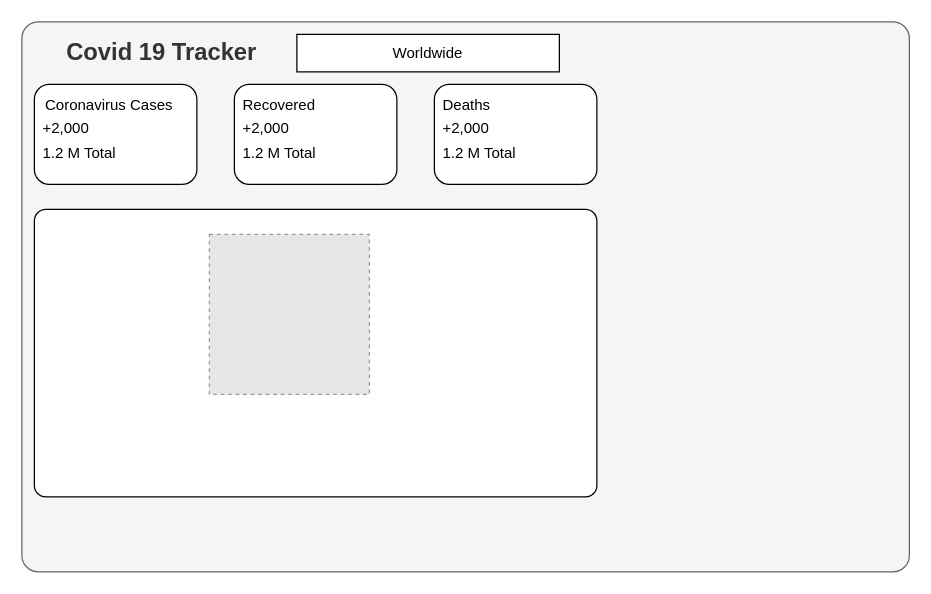
This is Covid Tracker.drawio from maneenkhan/Covid-Tracker, a draw.io file, before an edit. Source tidied: cells renumbered, new cells numbered last; positions are measured from the earlier drawing's top-left corner, leaving out a move shared by most shapes. Both pictures are drawn from the tidied source at 125%, with x=0, y=0 at pixel (21, 21). Pictures stored in the file or linked from it are replaced by grey dashed boxes.
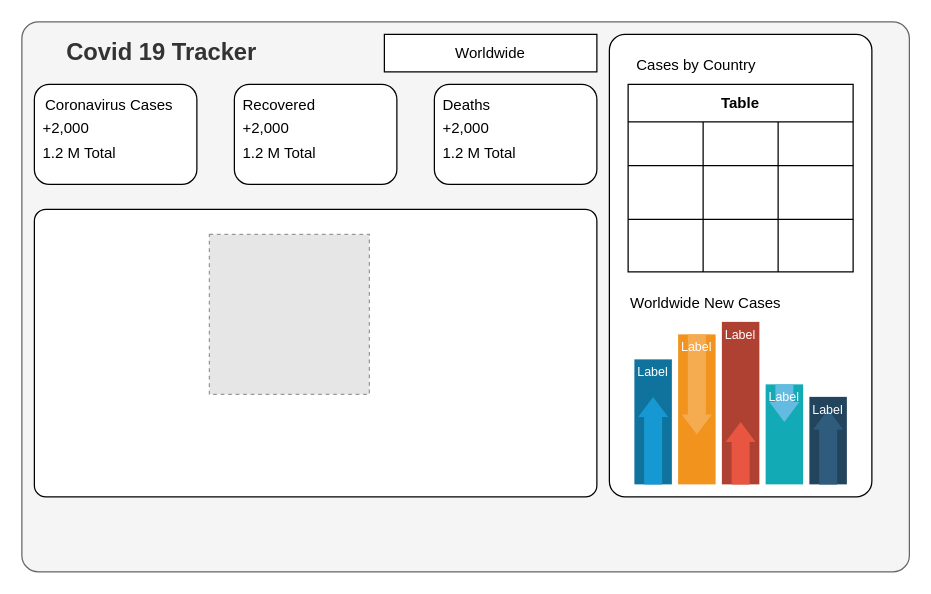
After the change.

Diff of the diagram source:
```diff
@@
     <mxCell id="4" value="Worldwide" style="rounded=0;whiteSpace=wrap;html=1;" parent="1" vertex="1">
-      <mxGeometry x="220" y="10" width="210" height="30" as="geometry" />
+      <mxGeometry x="290" y="10" width="170" height="30" as="geometry" />
     </mxCell>
@@
+    <mxCell id="22" style="rounded=1;whiteSpace=wrap;html=1;arcSize=6;" parent="1" vertex="1">
+      <mxGeometry x="470" y="10" width="210" height="370" as="geometry" />
+    </mxCell>
+    <mxCell id="23" value="Cases by Country" style="rounded=1;whiteSpace=wrap;html=1;align=left;strokeColor=none;" parent="1" vertex="1">
+      <mxGeometry x="490" y="20" width="120" height="30" as="geometry" />
+    </mxCell>
+    <mxCell id="24" value="Worldwide New Cases" style="rounded=1;whiteSpace=wrap;html=1;align=left;strokeColor=none;" parent="1" vertex="1">
+      <mxGeometry x="485" y="210" width="140" height="30" as="geometry" />
+    </mxCell>
+    <mxCell id="25" style="fillColor=#10739E;strokeColor=none;" parent="1" vertex="1">
+      <mxGeometry x="490" y="270" width="30" height="100" as="geometry" />
+    </mxCell>
+    <mxCell id="26" style="shape=mxgraph.arrows2.arrow;dy=0.4;dx=16;notch=0;direction=north;fillColor=#1699D3;strokeColor=none;" parent="25" vertex="1">
+      <mxGeometry x="3" y="30" width="24" height="70" as="geometry" />
+    </mxCell>
+    <mxCell id="27" value="Label" style="text;html=1;align=center;verticalAlign=middle;whiteSpace=wrap;fontColor=#FFFFFF;fontSize=10;" parent="25" vertex="1">
+      <mxGeometry width="30" height="20" as="geometry" />
+    </mxCell>
+    <mxCell id="28" style="fillColor=#F2931E;strokeColor=none;" parent="1" vertex="1">
+      <mxGeometry x="525" y="250" width="30" height="120" as="geometry" />
+    </mxCell>
+    <mxCell id="29" style="shape=mxgraph.arrows2.arrow;dy=0.4;dx=16;notch=0;direction=south;fillColor=#F5AB50;strokeColor=none;" parent="28" vertex="1">
+      <mxGeometry x="3" width="24" height="80" as="geometry" />
+    </mxCell>
+    <mxCell id="30" value="Label" style="text;html=1;align=center;verticalAlign=middle;whiteSpace=wrap;fontColor=#FFFFFF;fontSize=10;" parent="28" vertex="1">
+      <mxGeometry width="30" height="20" as="geometry" />
+    </mxCell>
+    <mxCell id="31" style="fillColor=#AE4132;strokeColor=none;" parent="1" vertex="1">
+      <mxGeometry x="560" y="240" width="30" height="130" as="geometry" />
+    </mxCell>
+    <mxCell id="32" style="shape=mxgraph.arrows2.arrow;dy=0.4;dx=16;notch=0;direction=north;fillColor=#E85642;strokeColor=none;" parent="31" vertex="1">
+      <mxGeometry x="3" y="80" width="24" height="50" as="geometry" />
+    </mxCell>
+    <mxCell id="33" value="Label" style="text;html=1;align=center;verticalAlign=middle;whiteSpace=wrap;fontColor=#FFFFFF;fontSize=10;" parent="31" vertex="1">
+      <mxGeometry width="30" height="20" as="geometry" />
+    </mxCell>
+    <mxCell id="34" style="fillColor=#12AAB5;strokeColor=none;" parent="1" vertex="1">
+      <mxGeometry x="595" y="290" width="30" height="80" as="geometry" />
+    </mxCell>
+    <mxCell id="35" style="shape=mxgraph.arrows2.arrow;dy=0.4;dx=16;notch=0;direction=south;fillColor=#64BBE2;strokeColor=none;" parent="34" vertex="1">
+      <mxGeometry x="3" width="24" height="30" as="geometry" />
+    </mxCell>
+    <mxCell id="36" value="Label" style="text;html=1;align=center;verticalAlign=middle;whiteSpace=wrap;fontColor=#FFFFFF;fontSize=10;" parent="34" vertex="1">
+      <mxGeometry width="30" height="20" as="geometry" />
+    </mxCell>
+    <mxCell id="37" style="fillColor=#23445D;strokeColor=none;" parent="1" vertex="1">
+      <mxGeometry x="630" y="300" width="30" height="70" as="geometry" />
+    </mxCell>
+    <mxCell id="38" style="shape=mxgraph.arrows2.arrow;dy=0.4;dx=16;notch=0;direction=north;fillColor=#2F5B7C;strokeColor=none;" parent="37" vertex="1">
+      <mxGeometry x="3" y="10" width="24" height="60" as="geometry" />
+    </mxCell>
+    <mxCell id="39" value="Label" style="text;html=1;align=center;verticalAlign=middle;whiteSpace=wrap;fontColor=#FFFFFF;fontSize=10;" parent="37" vertex="1">
+      <mxGeometry width="30" height="20" as="geometry" />
+    </mxCell>
+    <mxCell id="40" value="Table" style="shape=table;html=1;whiteSpace=wrap;startSize=30;childLayout=tableLayout;fontStyle=1;align=center;" parent="1" vertex="1">
+      <mxGeometry x="485" y="50" width="180" height="150" as="geometry" />
+    </mxCell>
+    <mxCell id="41" style="shape=partialRectangle;html=1;whiteSpace=wrap;fillColor=none;top=0;left=0;bottom=0;right=0;" parent="40" vertex="1">
+      <mxGeometry y="30" width="180" height="35" as="geometry" />
+    </mxCell>
+    <mxCell id="42" style="shape=partialRectangle;html=1;whiteSpace=wrap;fillColor=none;top=0;left=0;bottom=0;right=0;overflow=hidden;" parent="41" vertex="1">
+      <mxGeometry width="60" height="35" as="geometry" />
+    </mxCell>
+    <mxCell id="43" style="shape=partialRectangle;html=1;whiteSpace=wrap;fillColor=none;top=0;left=0;bottom=0;right=0;overflow=hidden;" parent="41" vertex="1">
+      <mxGeometry x="60" width="60" height="35" as="geometry" />
+    </mxCell>
+    <mxCell id="44" style="shape=partialRectangle;html=1;whiteSpace=wrap;fillColor=none;top=0;left=0;bottom=0;right=0;overflow=hidden;" parent="41" vertex="1">
+      <mxGeometry x="120" width="60" height="35" as="geometry" />
+    </mxCell>
+    <mxCell id="45" style="shape=partialRectangle;html=1;whiteSpace=wrap;fillColor=none;top=0;left=0;bottom=0;right=0;" parent="40" vertex="1">
+      <mxGeometry y="65" width="180" height="43" as="geometry" />
+    </mxCell>
+    <mxCell id="46" style="shape=partialRectangle;html=1;whiteSpace=wrap;fillColor=none;top=0;left=0;bottom=0;right=0;overflow=hidden;" parent="45" vertex="1">
+      <mxGeometry width="60" height="43" as="geometry" />
+    </mxCell>
+    <mxCell id="47" style="shape=partialRectangle;html=1;whiteSpace=wrap;fillColor=none;top=0;left=0;bottom=0;right=0;overflow=hidden;" parent="45" vertex="1">
+      <mxGeometry x="60" width="60" height="43" as="geometry" />
+    </mxCell>
+    <mxCell id="48" style="shape=partialRectangle;html=1;whiteSpace=wrap;fillColor=none;top=0;left=0;bottom=0;right=0;overflow=hidden;" parent="45" vertex="1">
+      <mxGeometry x="120" width="60" height="43" as="geometry" />
+    </mxCell>
+    <mxCell id="49" style="shape=partialRectangle;html=1;whiteSpace=wrap;fillColor=none;top=0;left=0;bottom=0;right=0;" parent="40" vertex="1">
+      <mxGeometry y="108" width="180" height="42" as="geometry" />
+    </mxCell>
+    <mxCell id="50" style="shape=partialRectangle;html=1;whiteSpace=wrap;fillColor=none;top=0;left=0;bottom=0;right=0;overflow=hidden;" parent="49" vertex="1">
+      <mxGeometry width="60" height="42" as="geometry" />
+    </mxCell>
+    <mxCell id="51" style="shape=partialRectangle;html=1;whiteSpace=wrap;fillColor=none;top=0;left=0;bottom=0;right=0;overflow=hidden;" parent="49" vertex="1">
+      <mxGeometry x="60" width="60" height="42" as="geometry" />
+    </mxCell>
+    <mxCell id="52" style="shape=partialRectangle;html=1;whiteSpace=wrap;fillColor=none;top=0;left=0;bottom=0;right=0;overflow=hidden;" parent="49" vertex="1">
+      <mxGeometry x="120" width="60" height="42" as="geometry" />
+    </mxCell>
```
